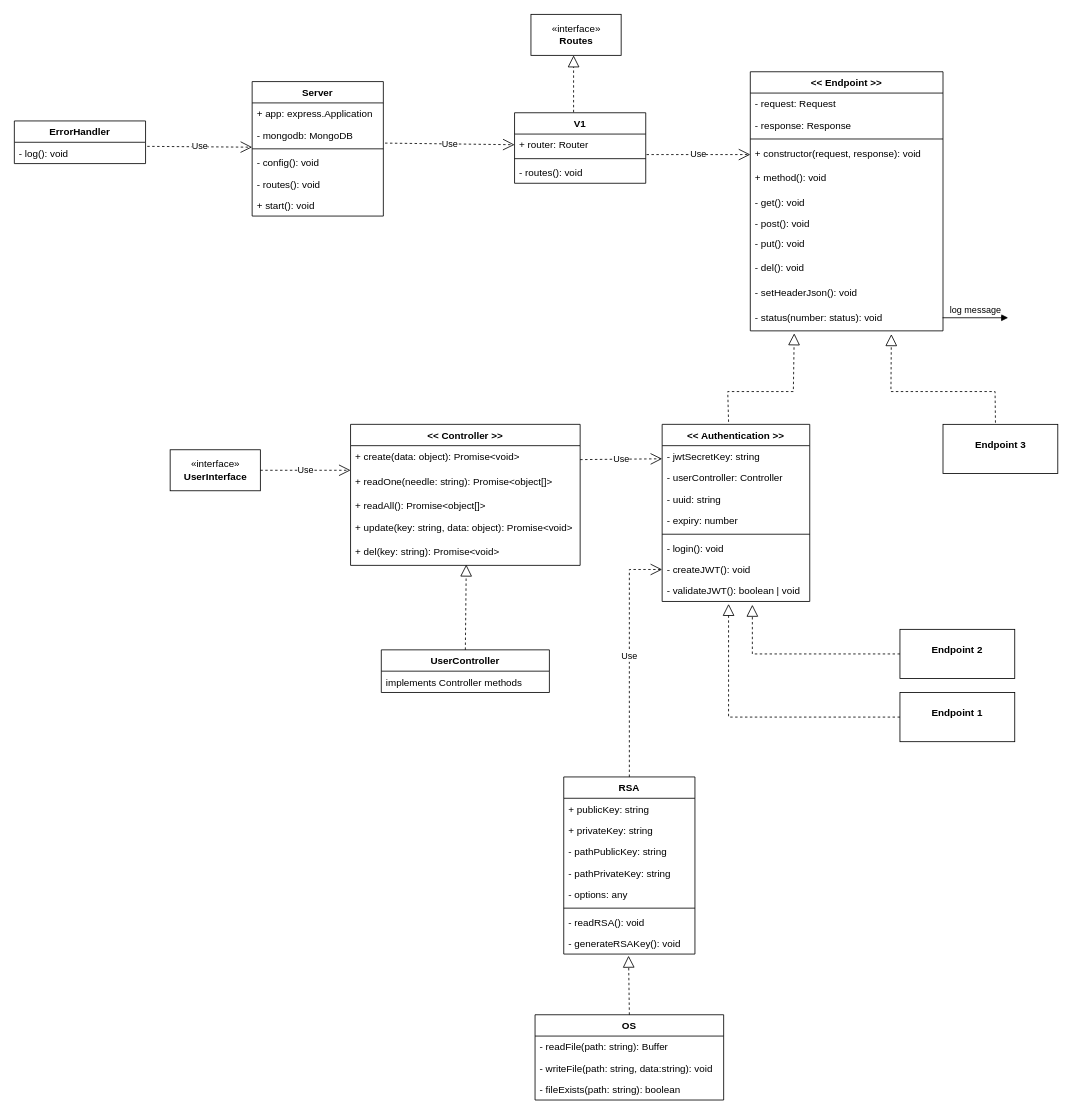
The draw.io diagram docs/endpoints.drawio in syr0s/tubester-restful-api, before the edit. Source tidied: cells renumbered, new cells numbered last; positions are measured from the earlier drawing's top-left corner, leaving out a move shared by most shapes. Both pictures are drawn from the tidied source at 82%, with x=0, y=0 at pixel (14, 14).
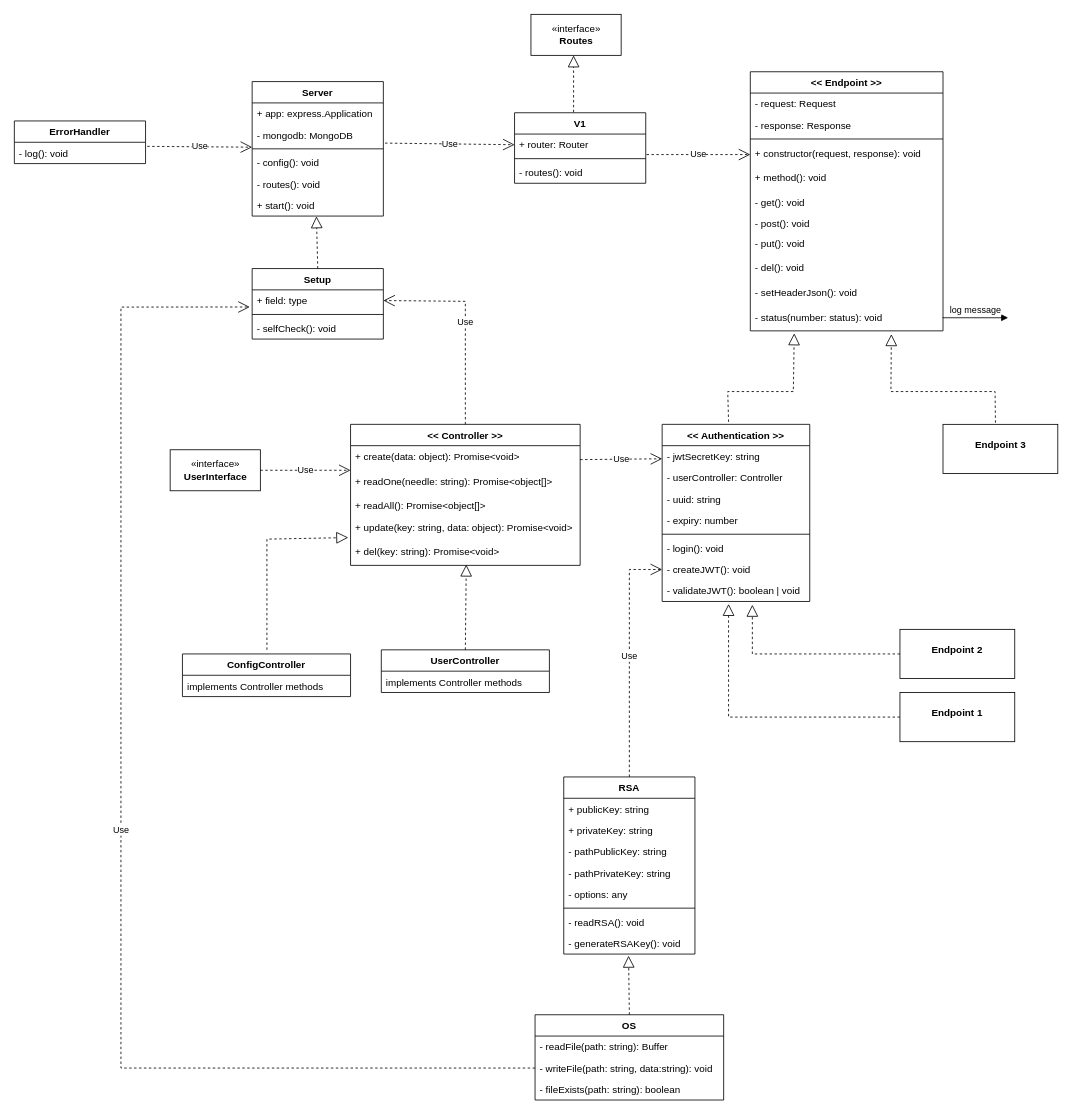
After the change.

Commit message (it also covers changes not shown here):
refactor: :recycle: created dedicated setup class

Unchanged cells that the change refers to:
```xml
<mxCell id="33" value="&lt;&lt; Controller &gt;&gt;" style="swimlane;fontStyle=1;align=center;verticalAlign=top;horizontal=1;startSize=26;" parent="1" vertex="1">
  <mxGeometry x="410" y="500" width="280" height="172" as="geometry" />
</mxCell>
<mxCell id="37" value="+ update(key: string, data: object): Promise&lt;void&gt;" style="text;strokeColor=none;fillColor=none;align=left;verticalAlign=top;spacingLeft=4;spacingRight=4;overflow=hidden;points=[[0,0.5],[1,0.5]];portConstraint=eastwest;" parent="33" vertex="1">
  <mxGeometry y="112" width="280" height="30" as="geometry" />
</mxCell>
<mxCell id="56" value="+ start(): void" style="text;strokeColor=none;fillColor=none;align=left;verticalAlign=top;spacingLeft=4;spacingRight=4;overflow=hidden;points=[[0,0.5],[1,0.5]];portConstraint=eastwest;" parent="50" vertex="1">
  <mxGeometry y="138" width="160" height="26" as="geometry" />
</mxCell>
<mxCell id="72" value="- writeFile(path: string, data:string): void" style="text;strokeColor=none;fillColor=none;align=left;verticalAlign=top;spacingLeft=4;spacingRight=4;overflow=hidden;points=[[0,0.5],[1,0.5]];portConstraint=eastwest;" parent="70" vertex="1">
  <mxGeometry y="52" width="230" height="26" as="geometry" />
</mxCell>
```

The edit, as a diff of the source:
```diff
@@
+    <mxCell id="76" value="ConfigController" style="swimlane;fontStyle=1;align=center;verticalAlign=top;horizontal=1;startSize=26;" parent="1" vertex="1">
+      <mxGeometry x="205" y="780" width="205" height="52" as="geometry" />
+    </mxCell>
+    <mxCell id="77" value="implements Controller methods" style="text;strokeColor=none;fillColor=none;align=left;verticalAlign=top;spacingLeft=4;spacingRight=4;overflow=hidden;" parent="76" vertex="1">
+      <mxGeometry y="26" width="205" height="26" as="geometry" />
+    </mxCell>
+    <mxCell id="78" style="endArrow=block;dashed=1;endFill=0;endSize=12;html=1;rounded=0;entryX=-0.01;entryY=0.869;entryDx=0;entryDy=0;entryPerimeter=0;" parent="1" edge="1" target="37">
+      <mxGeometry relative="1" as="geometry">
+        <mxPoint x="308" y="775" as="sourcePoint" />
+        <Array as="points">
+          <mxPoint x="308" y="640" />
+        </Array>
+      </mxGeometry>
+    </mxCell>
+    <mxCell id="79" value="Setup" style="swimlane;fontStyle=1;align=center;verticalAlign=top;horizontal=1;startSize=26;" parent="1" vertex="1">
+      <mxGeometry x="290" y="310" width="160" height="86" as="geometry" />
+    </mxCell>
+    <mxCell id="80" value="+ field: type" style="text;strokeColor=none;fillColor=none;align=left;verticalAlign=top;spacingLeft=4;spacingRight=4;overflow=hidden;points=[[0,0.5],[1,0.5]];portConstraint=eastwest;" parent="79" vertex="1">
+      <mxGeometry y="26" width="160" height="26" as="geometry" />
+    </mxCell>
+    <mxCell id="81" style="line;strokeWidth=1;fillColor=none;align=left;verticalAlign=middle;spacingTop=-1;spacingLeft=3;spacingRight=3;labelPosition=right;" parent="79" vertex="1">
+      <mxGeometry y="52" width="160" height="8" as="geometry" />
+    </mxCell>
+    <mxCell id="82" value="- selfCheck(): void" style="text;strokeColor=none;fillColor=none;align=left;verticalAlign=top;spacingLeft=4;spacingRight=4;overflow=hidden;" parent="79" vertex="1">
+      <mxGeometry y="60" width="160" height="26" as="geometry" />
+    </mxCell>
+    <mxCell id="83" style="endArrow=block;dashed=1;endFill=0;endSize=12;html=1;rounded=0;exitX=0.5;exitY=0;exitDx=0;exitDy=0;entryX=0.49;entryY=1.011;entryDx=0;entryDy=0;entryPerimeter=0;" parent="1" edge="1" source="79" target="56">
+      <mxGeometry relative="1" as="geometry" />
+    </mxCell>
+    <mxCell id="84" value="Use" style="endArrow=open;endSize=12;dashed=1;html=1;rounded=0;exitX=0.5;exitY=0;exitDx=0;exitDy=0;entryX=1;entryY=0.5;entryDx=0;entryDy=0;" parent="1" edge="1" source="33" target="80">
+      <mxGeometry relative="1" as="geometry">
+        <Array as="points">
+          <mxPoint x="550" y="350" />
+        </Array>
+      </mxGeometry>
+    </mxCell>
+    <mxCell id="85" value="Use" style="endArrow=open;endSize=12;dashed=1;html=1;rounded=0;entryX=-0.018;entryY=0.803;entryDx=0;entryDy=0;entryPerimeter=0;exitX=0;exitY=0.5;exitDx=0;exitDy=0;" parent="1" edge="1" source="72" target="80">
+      <mxGeometry relative="1" as="geometry">
+        <Array as="points">
+          <mxPoint x="130" y="1285" />
+          <mxPoint x="130" y="357" />
+        </Array>
+      </mxGeometry>
+    </mxCell>
```
